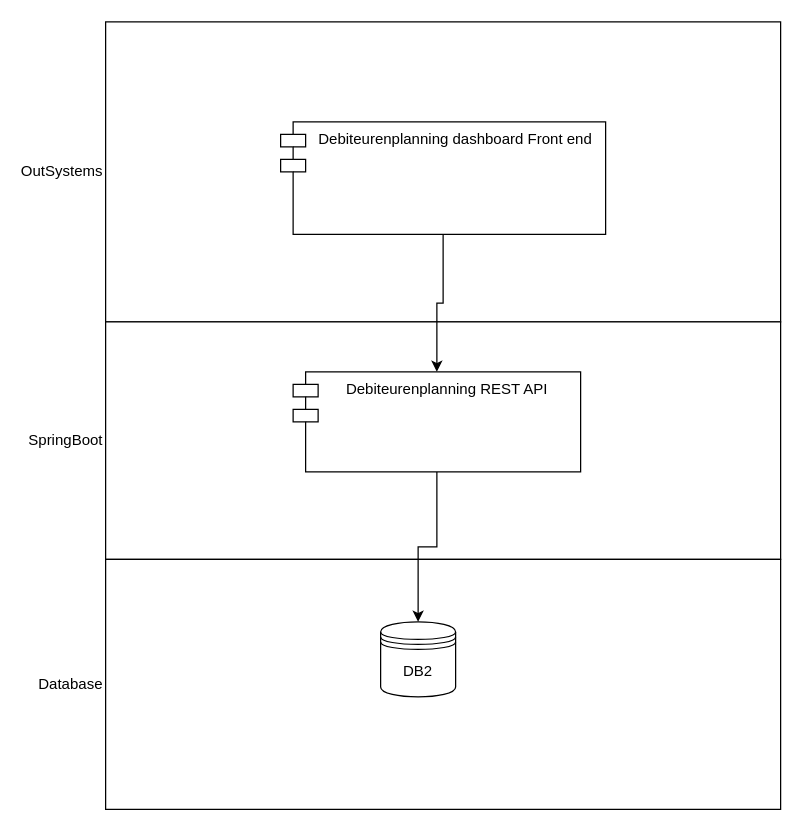
Before: models/jamesglobal.drawio in goos76/cz, a draw.io diagram. Source tidied: cells renumbered, new cells numbered last; positions are measured from the earlier drawing's top-left corner, leaving out a move shared by most shapes. Both pictures are drawn from the tidied source at 125%, with x=0, y=0 at pixel (105, 21).
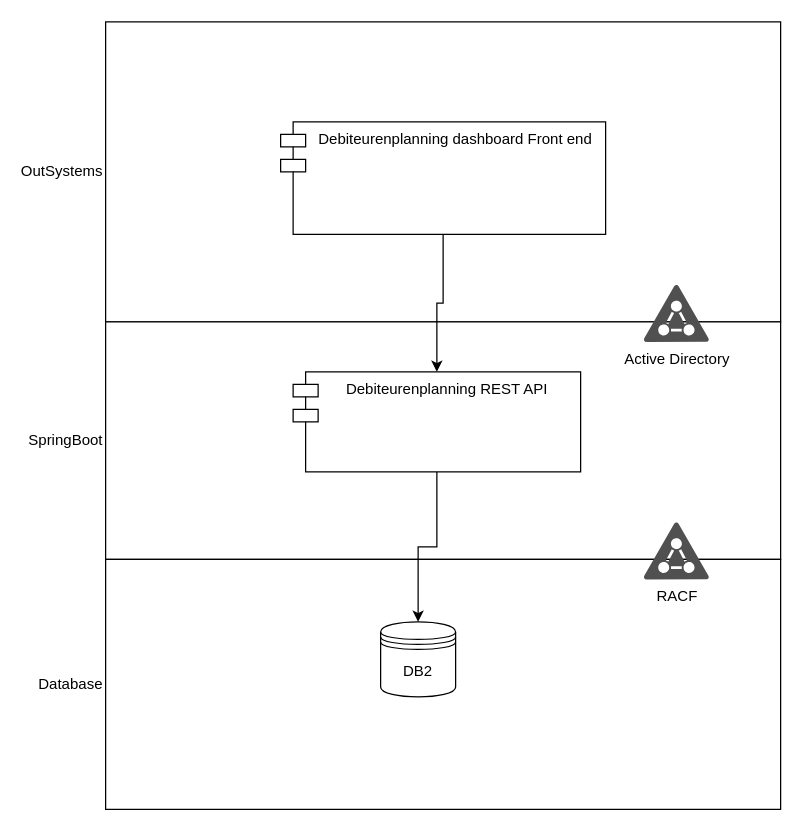
The same diagram, later.

What changed in the source:
```diff
@@
 <mxGraphModel>
   <root>
     <mxCell id="0" />
     <mxCell id="1" parent="0" />
     <mxCell id="2" value="OutSystems" style="rounded=0;whiteSpace=wrap;html=1;labelPosition=left;verticalLabelPosition=middle;align=right;verticalAlign=middle;horizontal=1;" parent="1" vertex="1">
       <mxGeometry width="540" height="240" as="geometry" />
     </mxCell>
     <mxCell id="3" value="SpringBoot" style="rounded=0;whiteSpace=wrap;html=1;labelPosition=left;verticalLabelPosition=middle;align=right;verticalAlign=middle;" parent="1" vertex="1">
       <mxGeometry y="240" width="540" height="190" as="geometry" />
     </mxCell>
     <mxCell id="4" value="Database" style="rounded=0;whiteSpace=wrap;labelPosition=left;verticalLabelPosition=middle;align=right;verticalAlign=middle;direction=west;html=1;" parent="1" vertex="1">
       <mxGeometry y="430" width="540" height="200" as="geometry" />
     </mxCell>
     <mxCell id="5" value="DB2" style="shape=datastore;whiteSpace=wrap;html=1;" parent="1" vertex="1">
       <mxGeometry x="220" y="480" width="60" height="60" as="geometry" />
     </mxCell>
     <mxCell id="6" style="edgeStyle=orthogonalEdgeStyle;rounded=0;jettySize=auto;html=1;exitX=0.5;exitY=1;exitDx=0;exitDy=0;entryX=0.5;entryY=0;entryDx=0;entryDy=0;" parent="1" edge="1" source="7" target="5">
       <mxGeometry relative="1" as="geometry" />
     </mxCell>
     <mxCell id="7" value="Debiteurenplanning REST API " style="shape=module;align=left;spacingLeft=20;align=center;verticalAlign=top;" parent="1" vertex="1">
       <mxGeometry x="150" y="280" width="230" height="80" as="geometry" />
     </mxCell>
     <mxCell id="8" style="edgeStyle=orthogonalEdgeStyle;rounded=0;jettySize=auto;html=1;exitX=0.5;exitY=1;exitDx=0;exitDy=0;" parent="1" edge="1" source="9" target="7">
       <mxGeometry relative="1" as="geometry" />
     </mxCell>
     <mxCell id="9" value="Debiteurenplanning dashboard Front end" style="shape=module;align=left;spacingLeft=20;align=center;verticalAlign=top;" parent="1" vertex="1">
       <mxGeometry x="140" y="80" width="260" height="90" as="geometry" />
     </mxCell>
+    <mxCell id="10" value="Active Directory" style="shadow=0;dashed=0;html=1;strokeColor=none;fillColor=#505050;labelPosition=center;verticalLabelPosition=bottom;verticalAlign=top;align=center;shape=mxgraph.office.security.active_directory;" parent="1" vertex="1">
+      <mxGeometry x="430" y="210" width="53" height="46" as="geometry" />
+    </mxCell>
+    <mxCell id="11" value="RACF" style="shadow=0;dashed=0;html=1;strokeColor=none;fillColor=#505050;labelPosition=center;verticalLabelPosition=bottom;verticalAlign=top;align=center;shape=mxgraph.office.security.active_directory;" parent="1" vertex="1">
+      <mxGeometry x="430" y="400" width="53" height="46" as="geometry" />
+    </mxCell>
   </root>
 </mxGraphModel>
```
